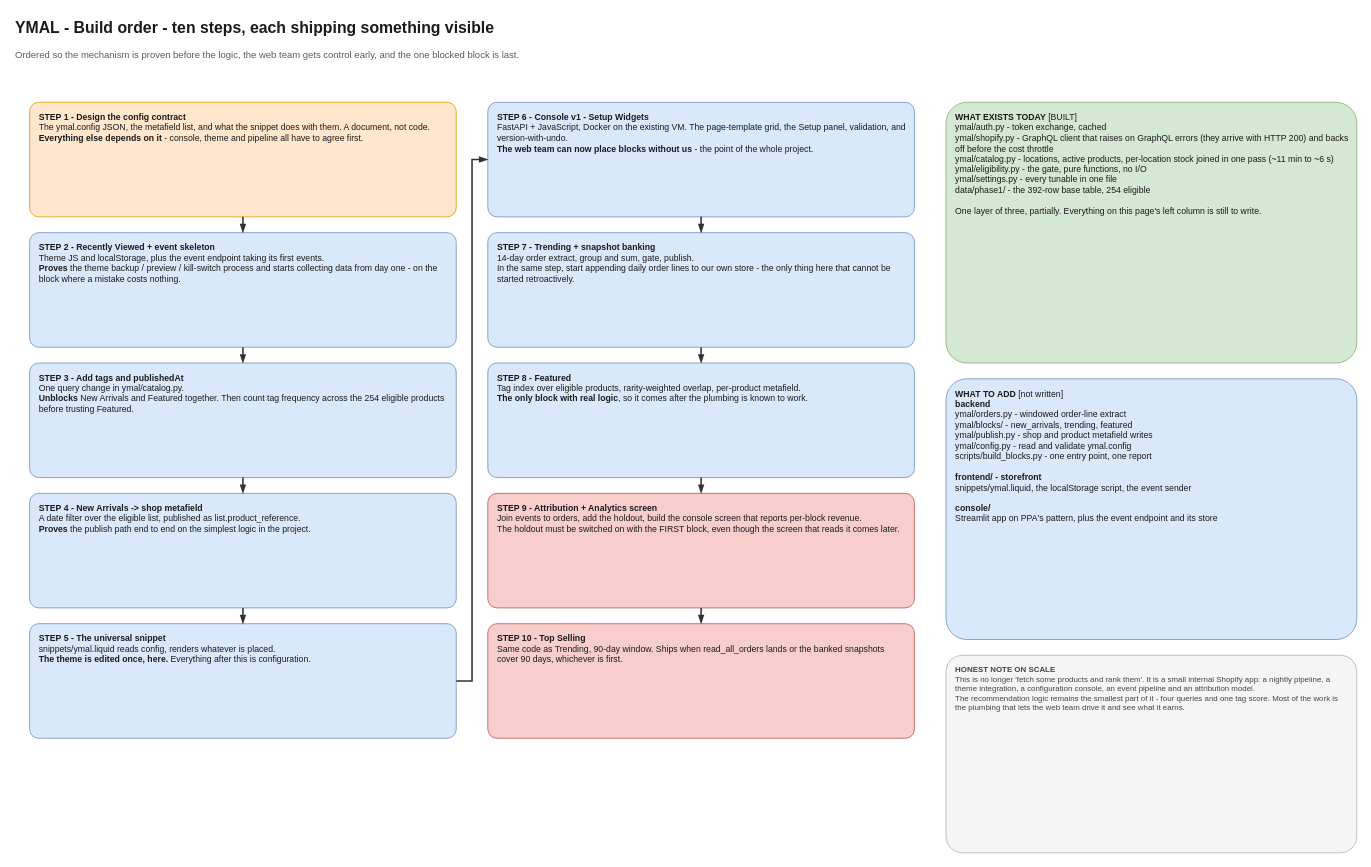
This is page "8. Build Order and Code Map" (8 of 9) of docs/ymal-flow.drawio from Wooden-Ships-Knits/ymal-project, a draw.io file, before an edit. Source tidied: cells renumbered, new cells numbered last; positions are measured from the earlier drawing's top-left corner, leaving out a move shared by most shapes. Both pictures are drawn from the tidied source at 79%, with x=0, y=0 at pixel (13, 13).
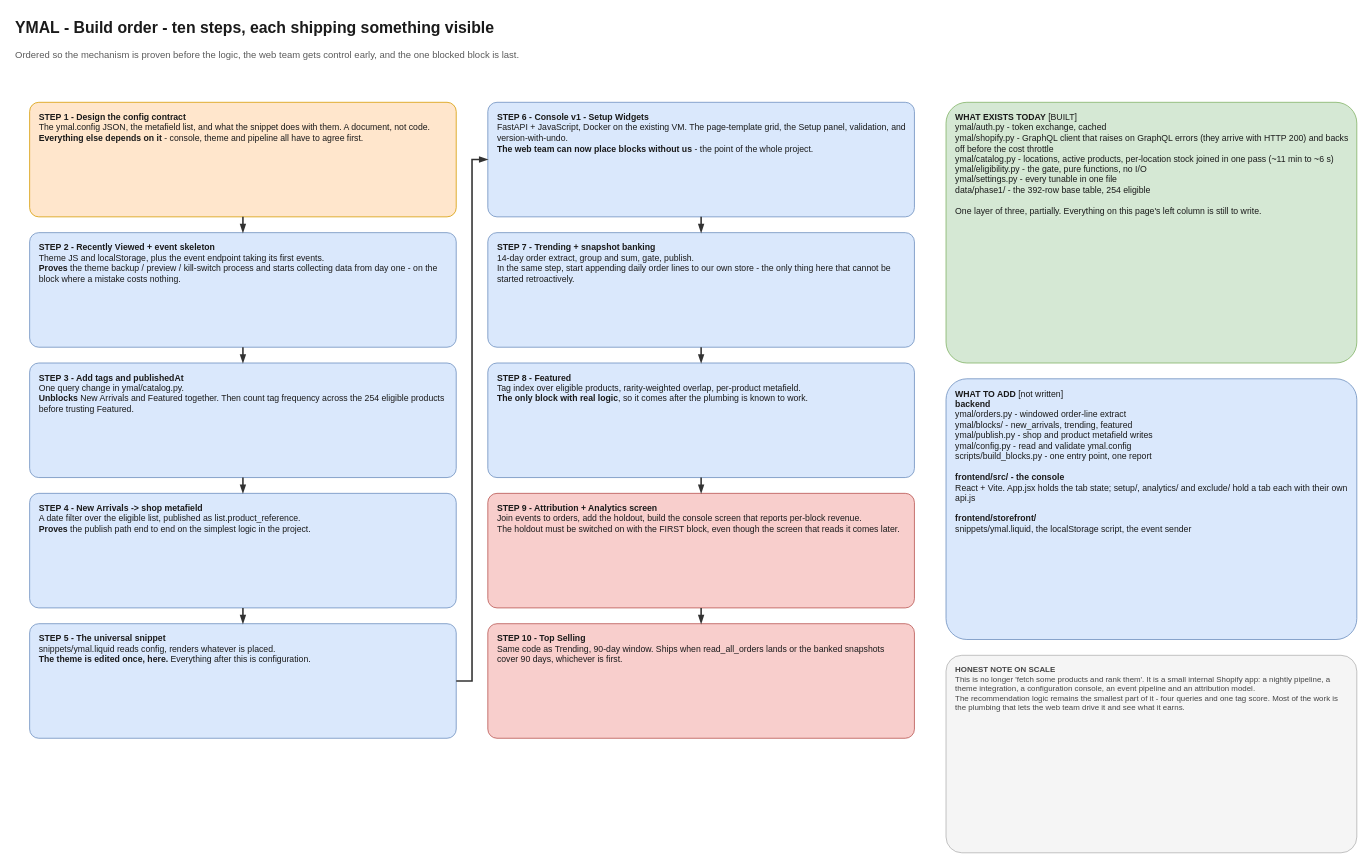
The same page after the edit.

Commit message (it also covers changes not shown here):
refactor: restore frontend/, structure it after wholesale-order-entry

The edit, as a diff of the source:
```diff
@@
-    <mxCell id="24" value="&lt;b&gt;WHAT TO ADD&lt;/b&gt;   [not written]&lt;br&gt;&lt;b&gt;backend&lt;/b&gt;&lt;br&gt;ymal/orders.py - windowed order-line extract&lt;br&gt;ymal/blocks/ - new_arrivals, trending, featured&lt;br&gt;ymal/publish.py - shop and product metafield writes&lt;br&gt;ymal/config.py - read and validate ymal.config&lt;br&gt;scripts/build_blocks.py - one entry point, one report&lt;br&gt;&lt;br&gt;&lt;b&gt;frontend/ - storefront&lt;/b&gt;&lt;br&gt;snippets/ymal.liquid, the localStorage script, the event sender&lt;br&gt;&lt;br&gt;&lt;b&gt;console/&lt;/b&gt;&lt;br&gt;Streamlit app on PPA's pattern, plus the event endpoint and its store" style="rounded=1;whiteSpace=wrap;html=1;fillColor=#DAE8FC;strokeColor=#6C8EBF;align=left;verticalAlign=top;spacingLeft=10;spacingRight=10;spacingTop=6;spacingBottom=6;fontSize=11;fontColor=#1A1A1A;arcSize=8;" parent="1" vertex="1">
+    <mxCell id="24" value="&lt;b&gt;WHAT TO ADD&lt;/b&gt;   [not written]&lt;br&gt;&lt;b&gt;backend&lt;/b&gt;&lt;br&gt;ymal/orders.py - windowed order-line extract&lt;br&gt;ymal/blocks/ - new_arrivals, trending, featured&lt;br&gt;ymal/publish.py - shop and product metafield writes&lt;br&gt;ymal/config.py - read and validate ymal.config&lt;br&gt;scripts/build_blocks.py - one entry point, one report&lt;br&gt;&lt;br&gt;&lt;b&gt;frontend/src/ - the console&lt;/b&gt;&lt;br&gt;React + Vite. App.jsx holds the tab state; setup/, analytics/ and exclude/ hold a tab each with their own api.js&lt;br&gt;&lt;br&gt;&lt;b&gt;frontend/storefront/&lt;/b&gt;&lt;br&gt;snippets/ymal.liquid, the localStorage script, the event sender" style="rounded=1;whiteSpace=wrap;html=1;fillColor=#DAE8FC;strokeColor=#6C8EBF;align=left;verticalAlign=top;spacingLeft=10;spacingRight=10;spacingTop=6;spacingBottom=6;fontSize=11;fontColor=#1A1A1A;arcSize=8;" parent="1" vertex="1">
       <mxGeometry x="1180" y="462" width="520" height="330" as="geometry" />
     </mxCell>
```
